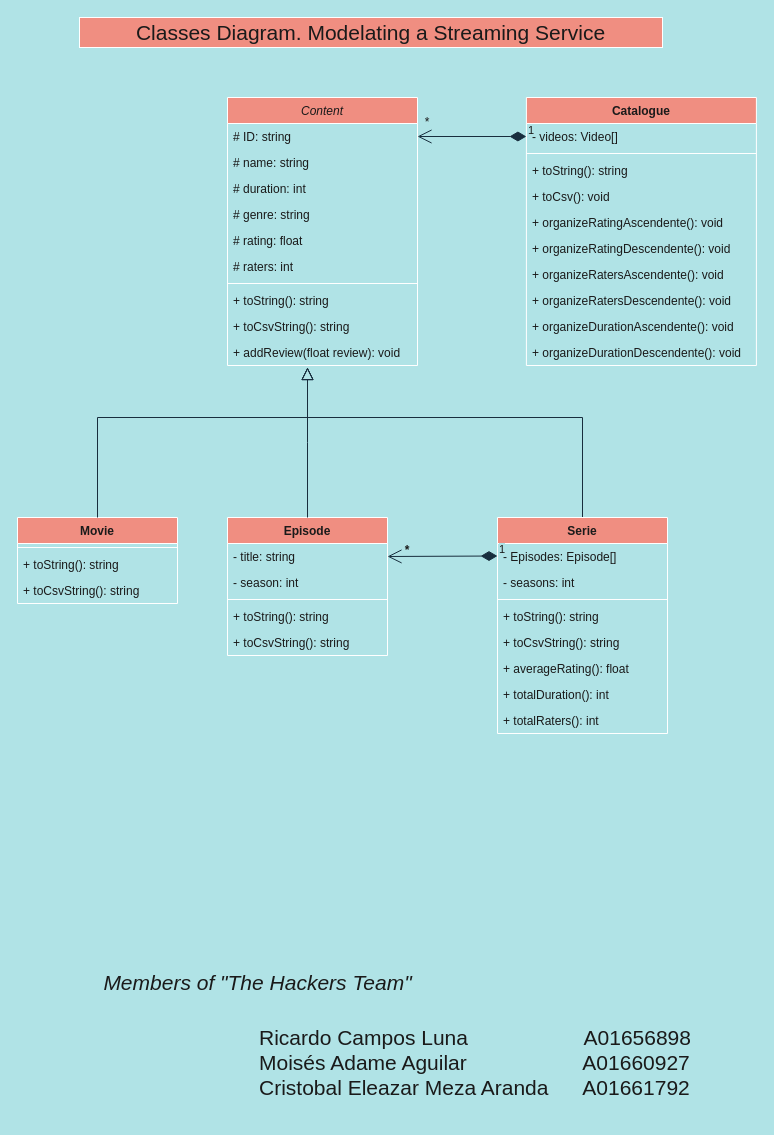
AntonioLaurance/Modelado-de-Streaming keeps this draw.io diagram as Classes Diagram.drawio. Above is the earlier version. Source tidied: cells renumbered, new cells numbered last; positions are measured from the earlier drawing's top-left corner, leaving out a move shared by most shapes. Both pictures are drawn from the tidied source at 100%, with x=0, y=0 at pixel (17, 17).
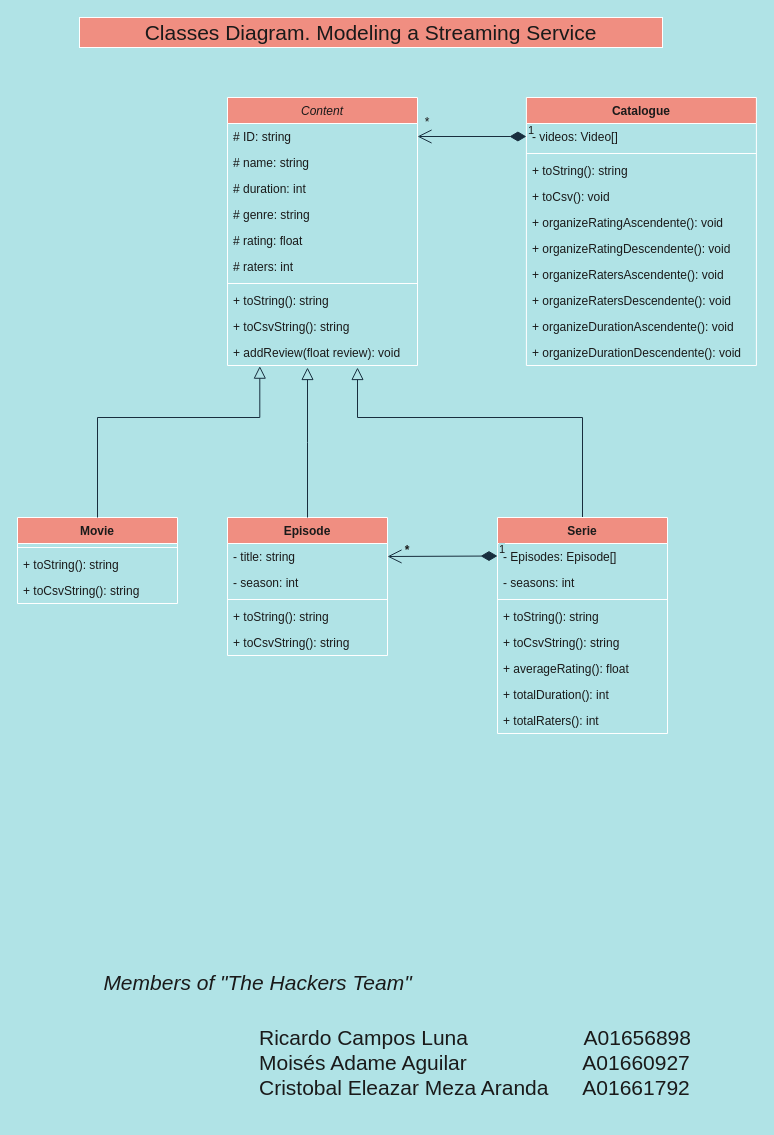
Above is the later version.

Unchanged cells that the change refers to:
```xml
<mxCell id="12" value="+ addReview(float review): void" style="text;align=left;verticalAlign=top;spacingLeft=4;spacingRight=4;overflow=hidden;points=[[0,0.5],[1,0.5]];portConstraint=eastwest;fontColor=#1A1A1A;" parent="2" vertex="1">
  <mxGeometry y="242" width="190" height="26" as="geometry" />
</mxCell>
<mxCell id="13" value="Movie" style="swimlane;fontStyle=1;align=center;verticalAlign=top;horizontal=1;startSize=26;rounded=0;shadow=0;strokeWidth=1;fillColor=#F08E81;strokeColor=#FFFFFF;fontColor=#1A1A1A;" parent="1" vertex="1">
  <mxGeometry y="500" width="160" height="86" as="geometry" />
</mxCell>
<mxCell id="27" value="Serie" style="swimlane;fontStyle=1;align=center;verticalAlign=top;horizontal=1;startSize=26;fillColor=#F08E81;strokeColor=#FFFFFF;fontColor=#1A1A1A;" parent="1" vertex="1">
  <mxGeometry x="480" y="500" width="170" height="216" as="geometry" />
</mxCell>
```

The edit, as a diff of the source:
```diff
@@
-    <mxCell id="17" style="endArrow=block;endSize=10;endFill=0;shadow=0;strokeWidth=1;rounded=0;edgeStyle=elbowEdgeStyle;elbow=vertical;labelBackgroundColor=#B0E3E6;strokeColor=#182E3E;fontColor=#1A1A1A;" parent="1" edge="1" source="13">
+    <mxCell id="17" style="endArrow=block;endSize=10;endFill=0;shadow=0;strokeWidth=1;rounded=0;edgeStyle=elbowEdgeStyle;elbow=vertical;labelBackgroundColor=#B0E3E6;strokeColor=#182E3E;fontColor=#1A1A1A;entryX=0.17;entryY=1.025;entryDx=0;entryDy=0;entryPerimeter=0;" parent="1" edge="1" source="13" target="12">
       <mxGeometry relative="1" as="geometry">
-        <mxPoint x="290" y="350" as="targetPoint" />
         <Array as="points">
           <mxPoint x="250" y="400" />
           <mxPoint x="270" y="400" />
           <mxPoint x="170" y="450" />
         </Array>
       </mxGeometry>
     </mxCell>
@@
-    <mxCell id="25" value="&lt;font style=&quot;font-size: 21px;&quot;&gt;Classes Diagram. Modelating a Streaming Service&lt;/font&gt;" style="text;html=1;strokeColor=#FFFFFF;fillColor=#F08E81;align=center;verticalAlign=middle;whiteSpace=wrap;rounded=0;fontColor=#1A1A1A;" parent="1" vertex="1">
+    <mxCell id="25" value="&lt;font style=&quot;font-size: 21px;&quot;&gt;Classes Diagram. Modeling a Streaming Service&lt;/font&gt;" style="text;html=1;strokeColor=#FFFFFF;fillColor=#F08E81;align=center;verticalAlign=middle;whiteSpace=wrap;rounded=0;fontColor=#1A1A1A;" parent="1" vertex="1">
       <mxGeometry x="62" width="583" height="30" as="geometry" />
     </mxCell>
     <mxCell id="26" style="edgeStyle=orthogonalEdgeStyle;rounded=0;jettySize=auto;html=1;exitX=0.5;exitY=0;exitDx=0;exitDy=0;endArrow=block;endFill=0;endSize=10;labelBackgroundColor=#B0E3E6;strokeColor=#182E3E;fontColor=#1A1A1A;" parent="1" edge="1" source="27">
       <mxGeometry relative="1" as="geometry">
-        <mxPoint x="290" y="350" as="targetPoint" />
+        <mxPoint x="340" y="350" as="targetPoint" />
         <Array as="points">
           <mxPoint x="565" y="400" />
-          <mxPoint x="290" y="400" />
+          <mxPoint x="340" y="400" />
+          <mxPoint x="340" y="350" />
         </Array>
       </mxGeometry>
     </mxCell>
```
